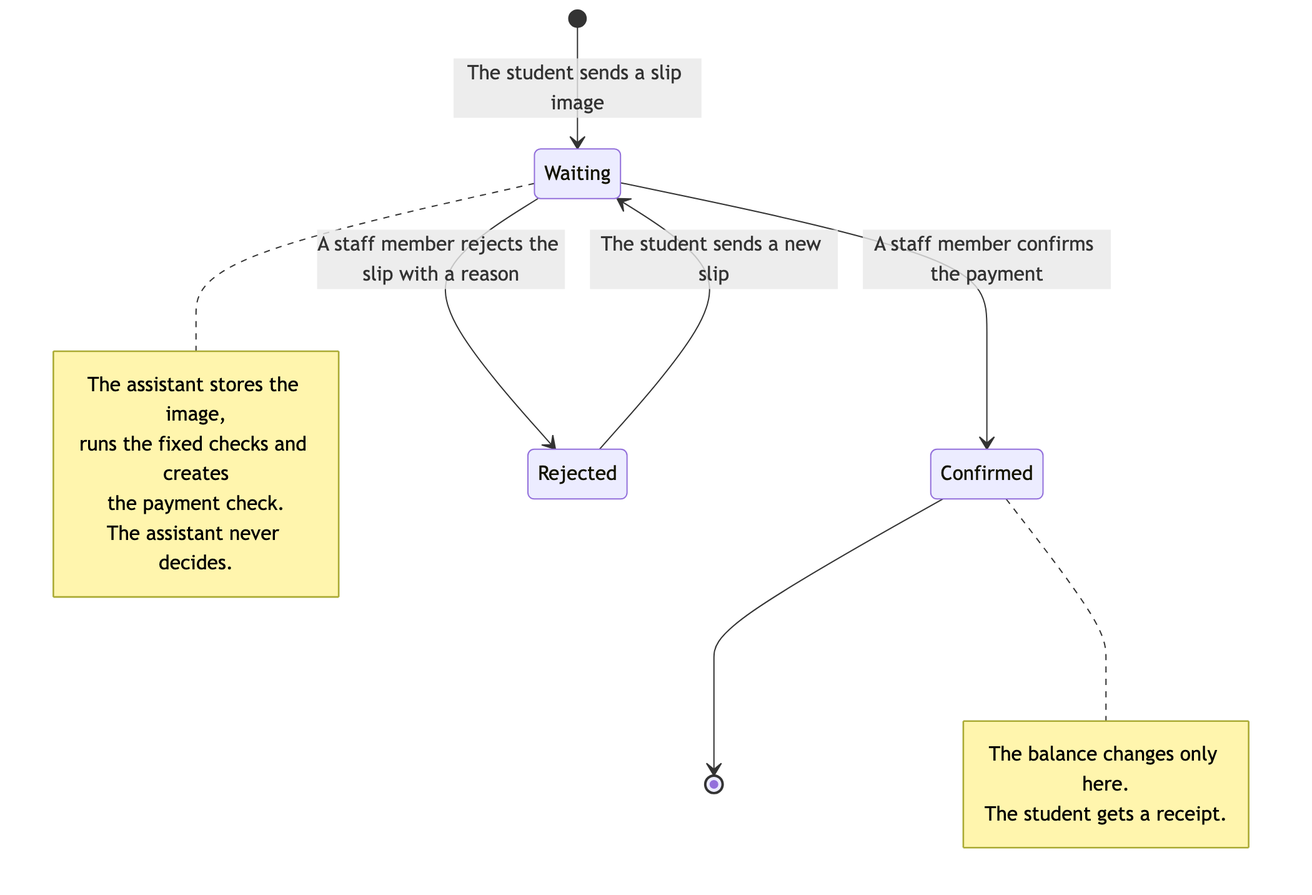
Earlier version of the Mermaid export design/diagrams/07_state_payment_check.png (SaiWaiYanLynn/smart-university-website). Its source is kept beside it as design/diagrams/07_state_payment_check.mmd.
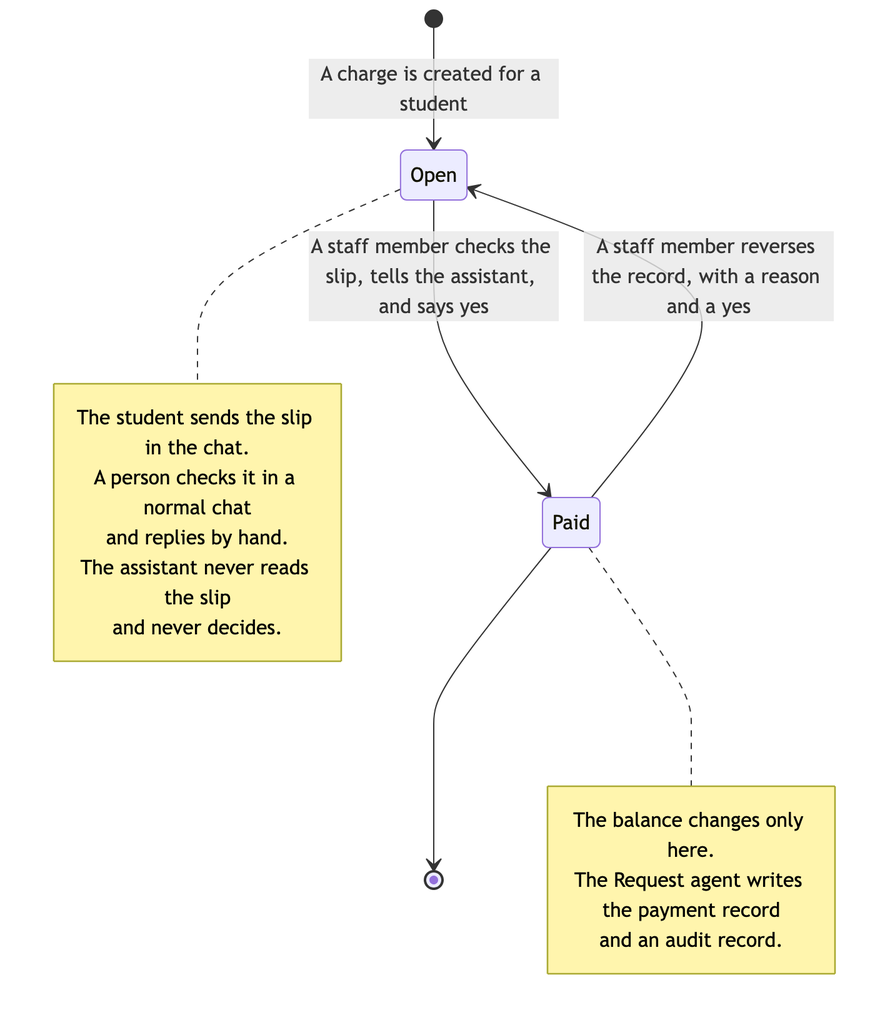
Above is the later version.

Change to the diagram source:
```diff
@@ -1,17 +1,18 @@
 stateDiagram-v2
-  [*] --> Waiting: The student sends a slip image
-  Waiting --> Confirmed: A staff member confirms the payment
-  Waiting --> Rejected: A staff member rejects the slip with a reason
-  Rejected --> Waiting: The student sends a new slip
-  Confirmed --> [*]
+  [*] --> Open: A charge is created for a student
+  Open --> Paid: A staff member checks the slip, tells the assistant, and says yes
+  Paid --> Open: A staff member reverses the record, with a reason and a yes
+  Paid --> [*]
 
-  note right of Waiting
-    The assistant stores the image,
-    runs the fixed checks and creates
-    the payment check.
-    The assistant never decides.
+  note right of Open
+    The student sends the slip in the chat.
+    A person checks it in a normal chat
+    and replies by hand.
+    The assistant never reads the slip
+    and never decides.
   end note
-  note right of Confirmed
+  note right of Paid
     The balance changes only here.
-    The student gets a receipt.
+    The Request agent writes the payment record
+    and an audit record.
   end note
```
